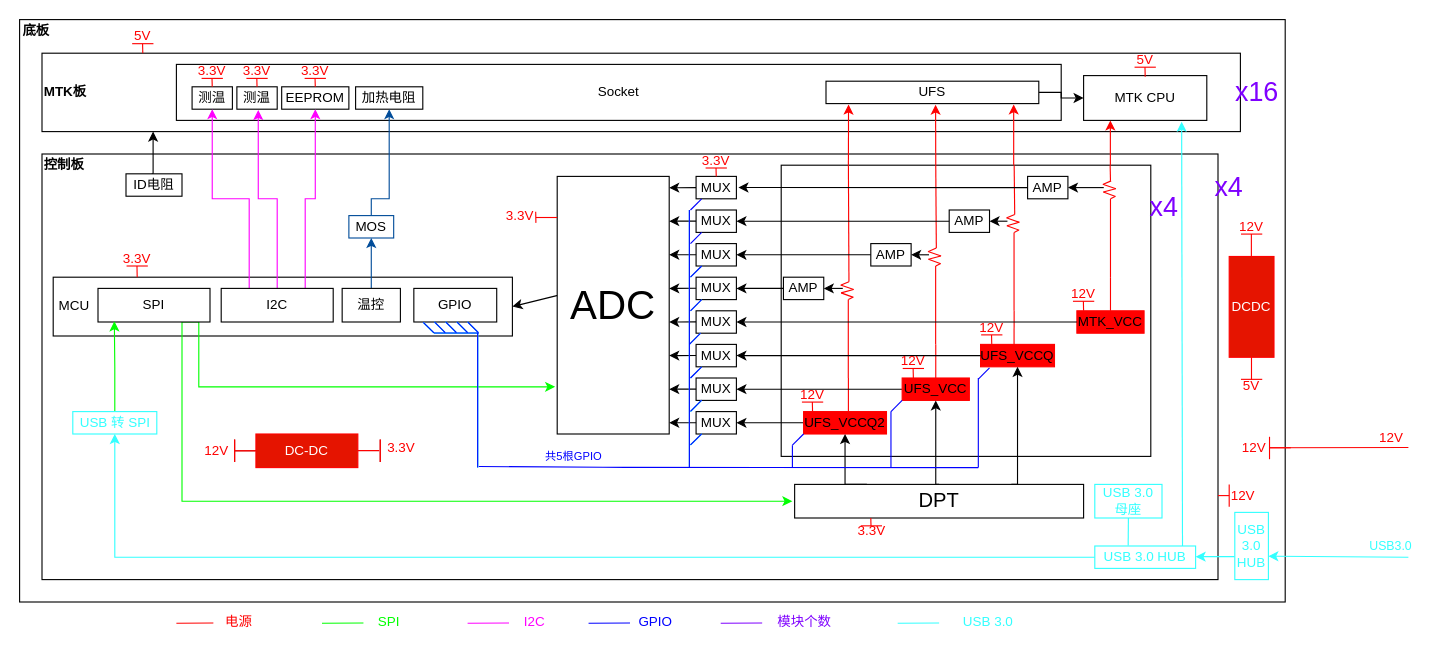
Above: draw.io/Untitled Diagram.drawio in 8f67ded9/draw.io (draw.io), before the change. Source tidied: cells renumbered, new cells numbered last; positions are measured from the earlier drawing's top-left corner, leaving out a move shared by most shapes. Both pictures are drawn from the tidied source at 112%, with x=0, y=0 at pixel (19, 19).
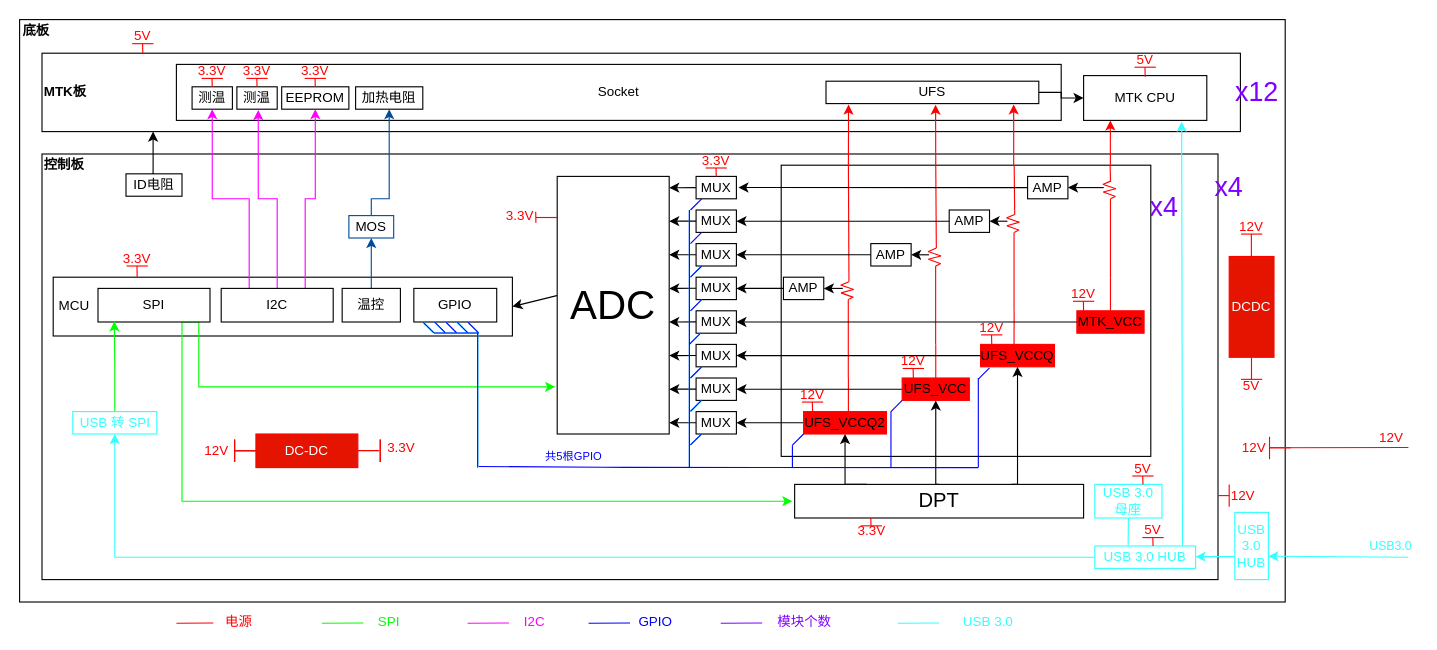
After the change.

What changed in the source:
```diff
@@
-    <mxCell id="134" value="&lt;font color=&quot;#7f00ff&quot; style=&quot;font-size: 24px&quot;&gt;x16&lt;/font&gt;" style="text;html=1;strokeColor=none;fillColor=none;align=center;verticalAlign=middle;whiteSpace=wrap;rounded=0;fontColor=#33FFFF;" parent="1" vertex="1">
+    <mxCell id="134" value="&lt;font color=&quot;#7f00ff&quot; style=&quot;font-size: 24px&quot;&gt;x12&lt;/font&gt;" style="text;html=1;strokeColor=none;fillColor=none;align=center;verticalAlign=middle;whiteSpace=wrap;rounded=0;fontColor=#33FFFF;" parent="1" vertex="1">
       <mxGeometry x="1085" y="55" width="40" height="20" as="geometry" />
     </mxCell>
@@
+    <mxCell id="249" style="endArrow=none;html=1;fillColor=#e51400;strokeColor=#FF0000;" parent="1" edge="1">
+      <mxGeometry relative="1" as="geometry">
+        <mxPoint x="1012" y="470" as="sourcePoint" />
+        <mxPoint x="1011.8" y="462.5" as="targetPoint" />
+      </mxGeometry>
+    </mxCell>
+    <mxCell id="250" value="5V" style="text;html=1;strokeColor=none;fillColor=none;align=center;verticalAlign=middle;whiteSpace=wrap;rounded=0;fontColor=#FF0000;" parent="1" vertex="1">
+      <mxGeometry x="1002" y="451" width="20" height="10" as="geometry" />
+    </mxCell>
+    <mxCell id="251" style="endArrow=none;html=1;exitX=0;exitY=0.5;exitDx=0;exitDy=0;fillColor=#e51400;strokeColor=#FF0000;" parent="1" edge="1">
+      <mxGeometry relative="1" as="geometry">
+        <mxPoint x="1021.5" y="462.5" as="sourcePoint" />
+        <mxPoint x="1002.5" y="462.5" as="targetPoint" />
+      </mxGeometry>
+    </mxCell>
+    <mxCell id="252" style="endArrow=none;html=1;fillColor=#e51400;strokeColor=#FF0000;" parent="1" edge="1">
+      <mxGeometry relative="1" as="geometry">
+        <mxPoint x="1003" y="415" as="sourcePoint" />
+        <mxPoint x="1002.8" y="407.5" as="targetPoint" />
+      </mxGeometry>
+    </mxCell>
+    <mxCell id="253" value="5V" style="text;html=1;strokeColor=none;fillColor=none;align=center;verticalAlign=middle;whiteSpace=wrap;rounded=0;fontColor=#FF0000;" parent="1" vertex="1">
+      <mxGeometry x="993" y="396" width="20" height="10" as="geometry" />
+    </mxCell>
+    <mxCell id="254" style="endArrow=none;html=1;exitX=0;exitY=0.5;exitDx=0;exitDy=0;fillColor=#e51400;strokeColor=#FF0000;" parent="1" edge="1">
+      <mxGeometry relative="1" as="geometry">
+        <mxPoint x="1012.5" y="407.5" as="sourcePoint" />
+        <mxPoint x="993.5" y="407.5" as="targetPoint" />
+      </mxGeometry>
+    </mxCell>
```
